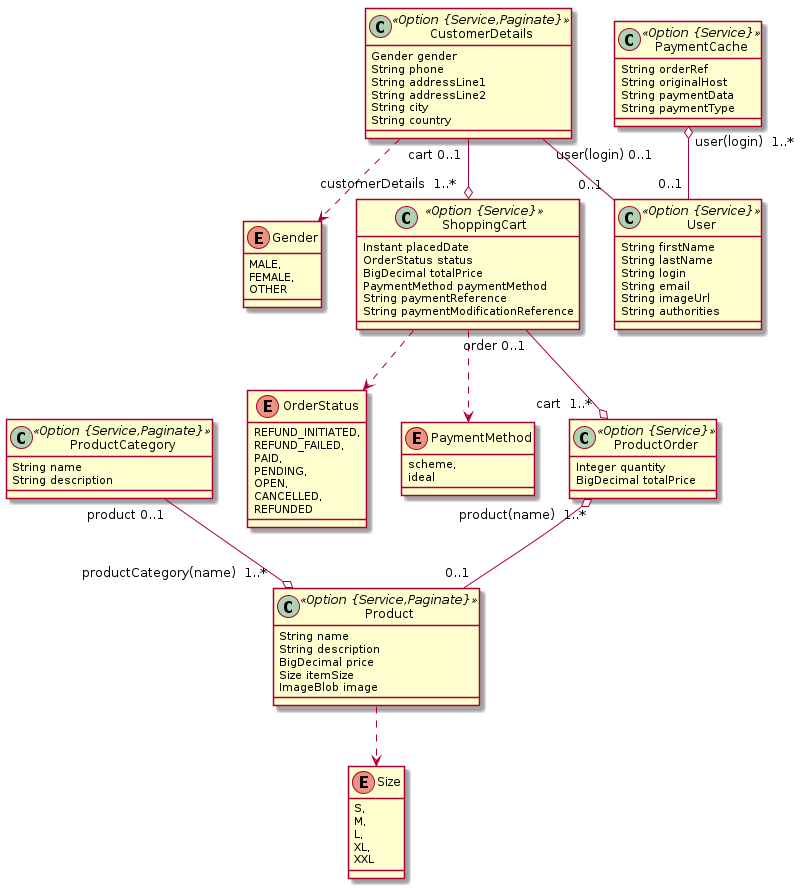
Above: app.png in xhul10/adyen-java-react-ecommerce-example (PlantUML), before the change.
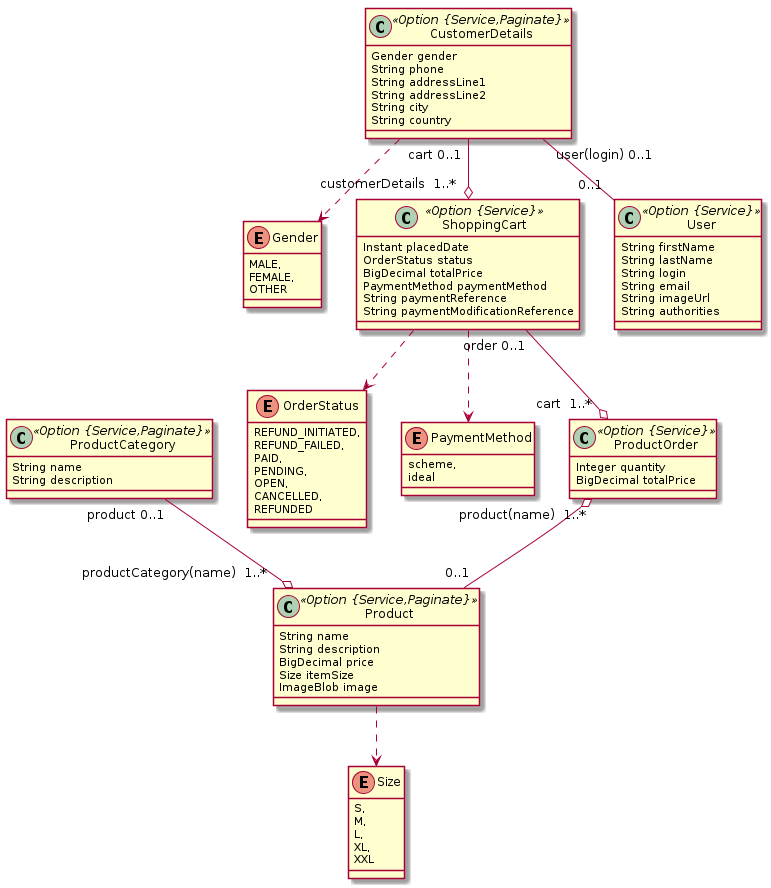
After the change.

Change to the diagram source:
```diff
@@ -60,13 +60,6 @@
 		Integer quantity
 		BigDecimal totalPrice
 	}
-	class PaymentCache <<Option {Service}>> {
-		String orderRef
-		String originalHost
-		String paymentData
-		String paymentType
-	}
-	PaymentCache  "user(login)  1..* " o-- "0..1 "  User
 	CustomerDetails  "user(login) 0..1 " -- "0..1 "  User
 	ProductOrder  "product(name)  1..* " o-- "0..1 "  Product
 	CustomerDetails  "cart 0..1 " --o "customerDetails  1..* "  ShoppingCart
```
